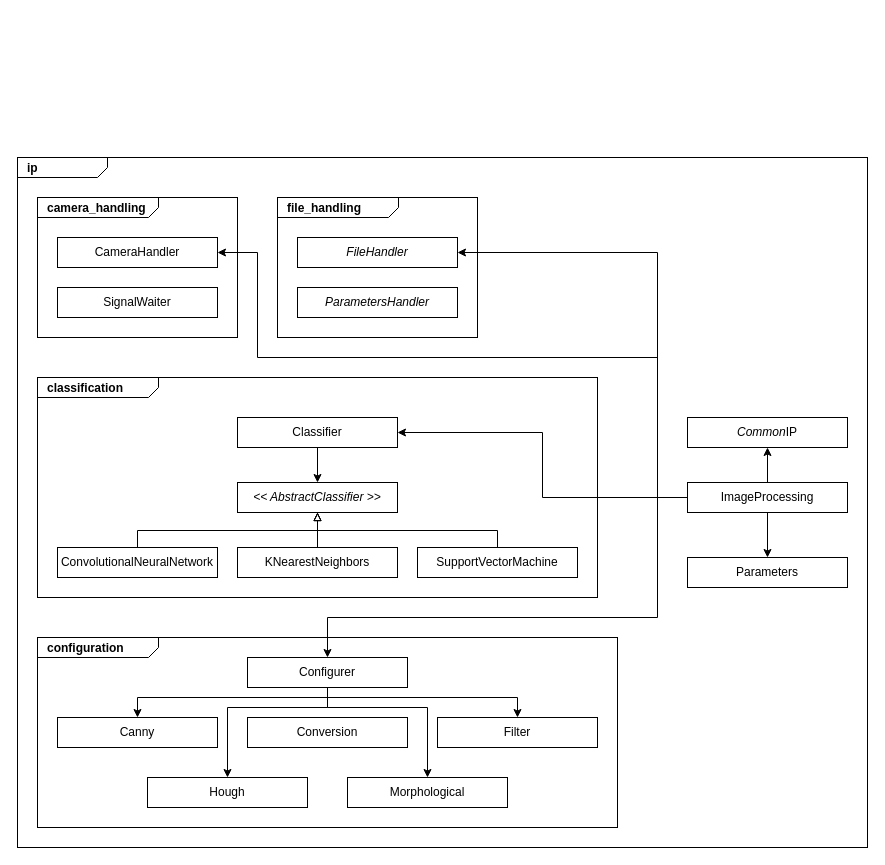
Before: doc/drawio/class_ip.drawio in broland29/open-cb, a draw.io diagram. Source tidied: cells renumbered, new cells numbered last; positions are measured from the earlier drawing's top-left corner, leaving out a move shared by most shapes. Both pictures are drawn from the tidied source at 100%, with x=0, y=0 at pixel (17, 157).
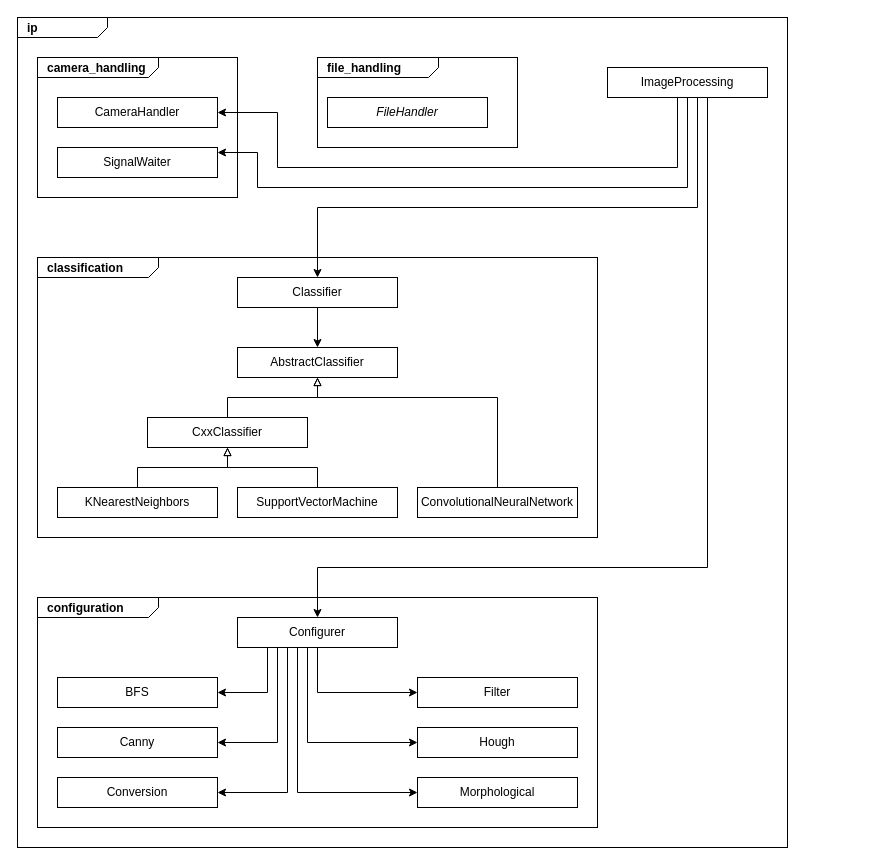
After the change.

Diff of the diagram source:
```diff
@@
     <mxCell id="2" value="&lt;p style=&quot;margin:0px;margin-top:4px;margin-left:10px;text-align:left;&quot;&gt;&lt;b&gt;ip&lt;/b&gt;&lt;/p&gt;" style="html=1;shape=mxgraph.sysml.package;html=1;overflow=fill;whiteSpace=wrap;" parent="1" vertex="1">
-      <mxGeometry width="850" height="690" as="geometry" />
+      <mxGeometry y="-140" width="770" height="830" as="geometry" />
     </mxCell>
     <mxCell id="3" value="&lt;p style=&quot;margin:0px;margin-top:4px;margin-left:10px;text-align:left;&quot;&gt;&lt;b&gt;camera_handling&lt;/b&gt;&lt;/p&gt;" style="html=1;shape=mxgraph.sysml.package;html=1;overflow=fill;whiteSpace=wrap;labelX=121.43;" parent="1" vertex="1">
-      <mxGeometry x="20" y="40" width="200" height="140" as="geometry" />
+      <mxGeometry x="20" y="-100" width="200" height="140" as="geometry" />
     </mxCell>
     <mxCell id="4" value="&lt;p style=&quot;margin:0px;margin-top:4px;margin-left:10px;text-align:left;&quot;&gt;&lt;b&gt;classification&lt;/b&gt;&lt;/p&gt;" style="html=1;shape=mxgraph.sysml.package;html=1;overflow=fill;whiteSpace=wrap;labelX=121.43;" parent="1" vertex="1">
-      <mxGeometry x="20" y="220" width="560" height="220" as="geometry" />
+      <mxGeometry x="20" y="100" width="560" height="280" as="geometry" />
     </mxCell>
     <mxCell id="5" value="&lt;p style=&quot;margin:0px;margin-top:4px;margin-left:10px;text-align:left;&quot;&gt;&lt;b&gt;configuration&lt;/b&gt;&lt;/p&gt;" style="html=1;shape=mxgraph.sysml.package;html=1;overflow=fill;whiteSpace=wrap;labelX=121.43;" parent="1" vertex="1">
-      <mxGeometry x="20" y="480" width="580" height="190" as="geometry" />
+      <mxGeometry x="20" y="440" width="560" height="230" as="geometry" />
     </mxCell>
     <mxCell id="6" value="&lt;p style=&quot;margin:0px;margin-top:4px;margin-left:10px;text-align:left;&quot;&gt;&lt;b&gt;file_handling&lt;/b&gt;&lt;/p&gt;" style="html=1;shape=mxgraph.sysml.package;html=1;overflow=fill;whiteSpace=wrap;labelX=121.43;" parent="1" vertex="1">
-      <mxGeometry x="260" y="40" width="200" height="140" as="geometry" />
+      <mxGeometry x="300" y="-100" width="200" height="90" as="geometry" />
     </mxCell>
+    <mxCell id="36" style="edgeStyle=orthogonalEdgeStyle;rounded=0;jettySize=auto;html=1;exitX=0.25;exitY=1;exitDx=0;exitDy=0;entryX=1;entryY=0.5;entryDx=0;entryDy=0;" parent="1" edge="1" source="37" target="7">
+      <mxGeometry relative="1" as="geometry">
+        <Array as="points">
+          <mxPoint x="660" y="-60" />
+          <mxPoint x="660" y="10" />
+          <mxPoint x="260" y="10" />
+          <mxPoint x="260" y="-45" />
+        </Array>
+      </mxGeometry>
+    </mxCell>
     <mxCell id="7" value="CameraHandler" style="rounded=0;whiteSpace=wrap;html=1;" parent="1" vertex="1">
-      <mxGeometry x="40" y="80" width="160" height="30" as="geometry" />
+      <mxGeometry x="40" y="-60" width="160" height="30" as="geometry" />
     </mxCell>
+    <mxCell id="39" style="edgeStyle=orthogonalEdgeStyle;rounded=0;jettySize=auto;html=1;exitX=0.5;exitY=1;exitDx=0;exitDy=0;entryX=1;entryY=0.5;entryDx=0;entryDy=0;" parent="1" edge="1" source="37">
+      <mxGeometry relative="1" as="geometry">
+        <mxPoint x="200" y="-5" as="targetPoint" />
+        <Array as="points">
+          <mxPoint x="670" y="30" />
+          <mxPoint x="240" y="30" />
+          <mxPoint x="240" y="-5" />
+        </Array>
+      </mxGeometry>
+    </mxCell>
     <mxCell id="8" value="SignalWaiter" style="rounded=0;whiteSpace=wrap;html=1;" parent="1" vertex="1">
-      <mxGeometry x="40" y="130" width="160" height="30" as="geometry" />
+      <mxGeometry x="40" y="-10" width="160" height="30" as="geometry" />
     </mxCell>
+    <mxCell id="40" style="edgeStyle=orthogonalEdgeStyle;rounded=0;jettySize=auto;html=1;exitX=0.5;exitY=0;exitDx=0;exitDy=0;entryX=0.5;entryY=1;entryDx=0;entryDy=0;endArrow=block;endFill=0;" parent="1" edge="1" source="45" target="9">
+      <mxGeometry relative="1" as="geometry" />
+    </mxCell>
+    <mxCell id="16" style="edgeStyle=orthogonalEdgeStyle;rounded=0;jettySize=auto;html=1;exitX=0.5;exitY=0;exitDx=0;exitDy=0;entryX=0.5;entryY=1;entryDx=0;entryDy=0;endArrow=block;endFill=0;" parent="1" edge="1" source="17" target="9">
+      <mxGeometry relative="1" as="geometry">
+        <Array as="points">
+          <mxPoint x="480" y="240" />
+          <mxPoint x="300" y="240" />
+        </Array>
+      </mxGeometry>
+    </mxCell>
-    <mxCell id="9" value="&lt;i&gt;&amp;lt;&amp;lt; AbstractClassifier &amp;gt;&amp;gt;&lt;br&gt;&lt;/i&gt;" style="rounded=0;whiteSpace=wrap;html=1;" parent="1" vertex="1">
-      <mxGeometry x="220" y="325" width="160" height="30" as="geometry" />
+    <mxCell id="9" value="AbstractClassifier" style="rounded=0;whiteSpace=wrap;html=1;" parent="1" vertex="1">
+      <mxGeometry x="220" y="190" width="160" height="30" as="geometry" />
     </mxCell>
-    <mxCell id="10" style="edgeStyle=orthogonalEdgeStyle;rounded=0;jettySize=auto;html=1;exitX=0.5;exitY=1;exitDx=0;exitDy=0;entryX=0.5;entryY=0;entryDx=0;entryDy=0;" parent="1" edge="1" source="11" target="9">
+    <mxCell id="10" style="edgeStyle=orthogonalEdgeStyle;rounded=0;jettySize=auto;html=1;exitX=0.5;exitY=1;exitDx=0;exitDy=0;entryX=0.5;entryY=0;entryDx=0;entryDy=0;endArrow=classic;endFill=1;" parent="1" edge="1" source="11" target="9">
       <mxGeometry relative="1" as="geometry" />
     </mxCell>
     <mxCell id="11" value="Classifier" style="rounded=0;whiteSpace=wrap;html=1;" parent="1" vertex="1">
-      <mxGeometry x="220" y="260" width="160" height="30" as="geometry" />
+      <mxGeometry x="220" y="120" width="160" height="30" as="geometry" />
     </mxCell>
-    <mxCell id="12" style="edgeStyle=elbowEdgeStyle;rounded=0;jettySize=auto;html=1;exitX=0.5;exitY=0;exitDx=0;exitDy=0;entryX=0.5;entryY=1;entryDx=0;entryDy=0;elbow=vertical;endArrow=block;endFill=0;" parent="1" edge="1" source="13" target="9">
-      <mxGeometry relative="1" as="geometry" />
-    </mxCell>
-    <mxCell id="13" value="ConvolutionalNeuralNetwork" style="rounded=0;whiteSpace=wrap;html=1;" parent="1" vertex="1">
-      <mxGeometry x="40" y="390" width="160" height="30" as="geometry" />
+    <mxCell id="13" value="KNearestNeighbors" style="rounded=0;whiteSpace=wrap;html=1;" parent="1" vertex="1">
+      <mxGeometry x="40" y="330" width="160" height="30" as="geometry" />
     </mxCell>
-    <mxCell id="14" style="edgeStyle=orthogonalEdgeStyle;rounded=0;jettySize=auto;html=1;exitX=0.5;exitY=0;exitDx=0;exitDy=0;entryX=0.5;entryY=1;entryDx=0;entryDy=0;endArrow=block;endFill=0;" parent="1" edge="1" source="15" target="9">
-      <mxGeometry relative="1" as="geometry" />
-    </mxCell>
-    <mxCell id="15" value="KNearestNeighbors" style="rounded=0;whiteSpace=wrap;html=1;" parent="1" vertex="1">
-      <mxGeometry x="220" y="390" width="160" height="30" as="geometry" />
+    <mxCell id="15" value="SupportVectorMachine" style="rounded=0;whiteSpace=wrap;html=1;" parent="1" vertex="1">
+      <mxGeometry x="220" y="330" width="160" height="30" as="geometry" />
     </mxCell>
-    <mxCell id="16" style="edgeStyle=elbowEdgeStyle;rounded=0;jettySize=auto;html=1;exitX=0.5;exitY=0;exitDx=0;exitDy=0;entryX=0.5;entryY=1;entryDx=0;entryDy=0;elbow=vertical;endArrow=block;endFill=0;" parent="1" edge="1" source="17" target="9">
-      <mxGeometry relative="1" as="geometry" />
-    </mxCell>
-    <mxCell id="17" value="SupportVectorMachine" style="rounded=0;whiteSpace=wrap;html=1;" parent="1" vertex="1">
-      <mxGeometry x="400" y="390" width="160" height="30" as="geometry" />
+    <mxCell id="17" value="ConvolutionalNeuralNetwork" style="rounded=0;whiteSpace=wrap;html=1;" parent="1" vertex="1">
+      <mxGeometry x="400" y="330" width="160" height="30" as="geometry" />
     </mxCell>
+    <mxCell id="41" style="edgeStyle=orthogonalEdgeStyle;rounded=0;jettySize=auto;html=1;exitX=0.25;exitY=1;exitDx=0;exitDy=0;entryX=1;entryY=0.5;entryDx=0;entryDy=0;" parent="1" edge="1" source="21" target="46">
+      <mxGeometry relative="1" as="geometry">
+        <Array as="points">
+          <mxPoint x="250" y="490" />
+          <mxPoint x="250" y="535" />
+        </Array>
+      </mxGeometry>
+    </mxCell>
-    <mxCell id="18" style="edgeStyle=elbowEdgeStyle;rounded=0;jettySize=auto;html=1;exitX=0.5;exitY=1;exitDx=0;exitDy=0;entryX=0.5;entryY=0;entryDx=0;entryDy=0;elbow=vertical;" parent="1" edge="1" source="21" target="22">
+    <mxCell id="18" style="edgeStyle=orthogonalEdgeStyle;rounded=0;jettySize=auto;html=1;exitX=0.5;exitY=1;exitDx=0;exitDy=0;entryX=1;entryY=0.5;entryDx=0;entryDy=0;" parent="1" edge="1" source="21" target="22">
       <mxGeometry relative="1" as="geometry">
         <Array as="points">
-          <mxPoint x="230" y="540" />
+          <mxPoint x="260" y="490" />
+          <mxPoint x="260" y="585" />
         </Array>
       </mxGeometry>
     </mxCell>
+    <mxCell id="42" style="edgeStyle=orthogonalEdgeStyle;rounded=0;jettySize=auto;html=1;exitX=0.5;exitY=1;exitDx=0;exitDy=0;entryX=1;entryY=0.5;entryDx=0;entryDy=0;" parent="1" edge="1" source="21" target="23">
+      <mxGeometry relative="1" as="geometry">
+        <Array as="points">
+          <mxPoint x="270" y="490" />
+          <mxPoint x="270" y="635" />
+        </Array>
+      </mxGeometry>
+    </mxCell>
-    <mxCell id="19" style="edgeStyle=elbowEdgeStyle;rounded=0;jettySize=auto;html=1;exitX=0.5;exitY=1;exitDx=0;exitDy=0;entryX=0.5;entryY=0;entryDx=0;entryDy=0;elbow=vertical;" parent="1" edge="1" source="21" target="24">
+    <mxCell id="19" style="edgeStyle=orthogonalEdgeStyle;rounded=0;jettySize=auto;html=1;exitX=0.75;exitY=1;exitDx=0;exitDy=0;entryX=0;entryY=0.5;entryDx=0;entryDy=0;" parent="1" edge="1" source="21" target="24">
       <mxGeometry relative="1" as="geometry">
         <Array as="points">
-          <mxPoint x="420" y="540" />
+          <mxPoint x="300" y="490" />
+          <mxPoint x="300" y="535" />
         </Array>
       </mxGeometry>
     </mxCell>
+    <mxCell id="25" style="edgeStyle=orthogonalEdgeStyle;rounded=0;jettySize=auto;html=1;exitX=0.5;exitY=1;exitDx=0;exitDy=0;entryX=0;entryY=0.5;entryDx=0;entryDy=0;" parent="1" edge="1" source="21" target="26">
+      <mxGeometry relative="1" as="geometry">
+        <Array as="points">
+          <mxPoint x="290" y="490" />
+          <mxPoint x="290" y="585" />
+        </Array>
+      </mxGeometry>
+    </mxCell>
-    <mxCell id="20" style="edgeStyle=orthogonalEdgeStyle;rounded=0;jettySize=auto;html=1;exitX=0.5;exitY=1;exitDx=0;exitDy=0;entryX=0.5;entryY=0;entryDx=0;entryDy=0;" parent="1" edge="1" source="21" target="27">
+    <mxCell id="20" style="edgeStyle=orthogonalEdgeStyle;rounded=0;jettySize=auto;html=1;exitX=0.5;exitY=1;exitDx=0;exitDy=0;entryX=0;entryY=0.5;entryDx=0;entryDy=0;" parent="1" edge="1" source="21" target="27">
       <mxGeometry relative="1" as="geometry">
         <Array as="points">
-          <mxPoint x="310" y="550" />
-          <mxPoint x="410" y="550" />
+          <mxPoint x="280" y="490" />
+          <mxPoint x="280" y="635" />
         </Array>
       </mxGeometry>
     </mxCell>
     <mxCell id="21" value="Configurer" style="rounded=0;whiteSpace=wrap;html=1;" parent="1" vertex="1">
-      <mxGeometry x="230" y="500" width="160" height="30" as="geometry" />
+      <mxGeometry x="220" y="460" width="160" height="30" as="geometry" />
     </mxCell>
     <mxCell id="22" value="Canny" style="rounded=0;whiteSpace=wrap;html=1;" parent="1" vertex="1">
-      <mxGeometry x="40" y="560" width="160" height="30" as="geometry" />
+      <mxGeometry x="40" y="570" width="160" height="30" as="geometry" />
     </mxCell>
     <mxCell id="23" value="Conversion" style="rounded=0;whiteSpace=wrap;html=1;" parent="1" vertex="1">
-      <mxGeometry x="230" y="560" width="160" height="30" as="geometry" />
+      <mxGeometry x="40" y="620" width="160" height="30" as="geometry" />
     </mxCell>
     <mxCell id="24" value="Filter" style="rounded=0;whiteSpace=wrap;html=1;" parent="1" vertex="1">
-      <mxGeometry x="420" y="560" width="160" height="30" as="geometry" />
+      <mxGeometry x="400" y="520" width="160" height="30" as="geometry" />
     </mxCell>
-    <mxCell id="25" style="edgeStyle=orthogonalEdgeStyle;rounded=0;jettySize=auto;html=1;exitX=0.5;exitY=1;exitDx=0;exitDy=0;entryX=0.5;entryY=0;entryDx=0;entryDy=0;" parent="1" edge="1" source="21" target="26">
-      <mxGeometry relative="1" as="geometry">
-        <Array as="points">
-          <mxPoint x="310" y="550" />
-          <mxPoint x="210" y="550" />
-        </Array>
-      </mxGeometry>
-    </mxCell>
     <mxCell id="26" value="Hough" style="rounded=0;whiteSpace=wrap;html=1;" parent="1" vertex="1">
-      <mxGeometry x="130" y="620" width="160" height="30" as="geometry" />
+      <mxGeometry x="400" y="570" width="160" height="30" as="geometry" />
     </mxCell>
     <mxCell id="27" value="Morphological" style="rounded=0;whiteSpace=wrap;html=1;" parent="1" vertex="1">
-      <mxGeometry x="330" y="620" width="160" height="30" as="geometry" />
+      <mxGeometry x="400" y="620" width="160" height="30" as="geometry" />
     </mxCell>
     <mxCell id="28" value="&lt;i&gt;FileHandler&lt;/i&gt;" style="rounded=0;whiteSpace=wrap;html=1;" parent="1" vertex="1">
-      <mxGeometry x="280" y="80" width="160" height="30" as="geometry" />
+      <mxGeometry x="310" y="-60" width="160" height="30" as="geometry" />
     </mxCell>
-    <mxCell id="29" value="&lt;i&gt;ParametersHandler&lt;/i&gt;" style="rounded=0;whiteSpace=wrap;html=1;" parent="1" vertex="1">
-      <mxGeometry x="280" y="130" width="160" height="30" as="geometry" />
-    </mxCell>
-    <mxCell id="30" value="&lt;i&gt;Common&lt;/i&gt;IP" style="rounded=0;whiteSpace=wrap;html=1;" parent="1" vertex="1">
-      <mxGeometry x="670" y="260" width="160" height="30" as="geometry" />
-    </mxCell>
-    <mxCell id="31" style="edgeStyle=orthogonalEdgeStyle;rounded=0;jettySize=auto;html=1;exitX=0.5;exitY=0;exitDx=0;exitDy=0;entryX=0.5;entryY=1;entryDx=0;entryDy=0;" parent="1" edge="1" source="37" target="30">
-      <mxGeometry relative="1" as="geometry" />
-    </mxCell>
-    <mxCell id="32" style="edgeStyle=orthogonalEdgeStyle;rounded=0;jettySize=auto;html=1;exitX=0.5;exitY=1;exitDx=0;exitDy=0;entryX=0.5;entryY=0;entryDx=0;entryDy=0;" parent="1" edge="1" source="37" target="38">
-      <mxGeometry relative="1" as="geometry" />
-    </mxCell>
-    <mxCell id="33" style="edgeStyle=orthogonalEdgeStyle;rounded=0;jettySize=auto;html=1;exitX=0;exitY=0.5;exitDx=0;exitDy=0;entryX=1;entryY=0.5;entryDx=0;entryDy=0;" parent="1" edge="1" source="37" target="11">
-      <mxGeometry relative="1" as="geometry" />
+    <mxCell id="33" style="edgeStyle=orthogonalEdgeStyle;rounded=0;jettySize=auto;html=1;exitX=0.75;exitY=1;exitDx=0;exitDy=0;entryX=0.5;entryY=0;entryDx=0;entryDy=0;" parent="1" edge="1" source="37" target="11">
+      <mxGeometry relative="1" as="geometry">
+        <Array as="points">
+          <mxPoint x="680" y="-60" />
+          <mxPoint x="680" y="50" />
+          <mxPoint x="300" y="50" />
+        </Array>
+      </mxGeometry>
     </mxCell>
-    <mxCell id="34" style="edgeStyle=orthogonalEdgeStyle;rounded=0;jettySize=auto;html=1;exitX=0;exitY=0.5;exitDx=0;exitDy=0;entryX=0.5;entryY=0;entryDx=0;entryDy=0;" parent="1" edge="1" source="37" target="21">
+    <mxCell id="34" style="edgeStyle=orthogonalEdgeStyle;rounded=0;jettySize=auto;html=1;exitX=0.75;exitY=1;exitDx=0;exitDy=0;entryX=0.5;entryY=0;entryDx=0;entryDy=0;" parent="1" edge="1" source="37" target="21">
       <mxGeometry relative="1" as="geometry">
         <Array as="points">
-          <mxPoint x="640" y="340" />
-          <mxPoint x="640" y="460" />
-          <mxPoint x="310" y="460" />
+          <mxPoint x="690" y="-60" />
+          <mxPoint x="690" y="410" />
+          <mxPoint x="300" y="410" />
         </Array>
       </mxGeometry>
     </mxCell>
-    <mxCell id="35" style="edgeStyle=orthogonalEdgeStyle;rounded=0;jettySize=auto;html=1;exitX=0;exitY=0.5;exitDx=0;exitDy=0;entryX=1;entryY=0.5;entryDx=0;entryDy=0;" parent="1" edge="1" source="37" target="28">
-      <mxGeometry relative="1" as="geometry">
-        <Array as="points">
-          <mxPoint x="640" y="340" />
-          <mxPoint x="640" y="95" />
-        </Array>
-      </mxGeometry>
-    </mxCell>
-    <mxCell id="36" style="edgeStyle=orthogonalEdgeStyle;rounded=0;jettySize=auto;html=1;exitX=0;exitY=0.5;exitDx=0;exitDy=0;entryX=1;entryY=0.5;entryDx=0;entryDy=0;" parent="1" edge="1" source="37" target="7">
-      <mxGeometry relative="1" as="geometry">
-        <Array as="points">
-          <mxPoint x="640" y="340" />
-          <mxPoint x="640" y="200" />
-          <mxPoint x="240" y="200" />
-          <mxPoint x="240" y="95" />
-        </Array>
-      </mxGeometry>
-    </mxCell>
     <mxCell id="37" value="ImageProcessing" style="rounded=0;whiteSpace=wrap;html=1;" parent="1" vertex="1">
-      <mxGeometry x="670" y="325" width="160" height="30" as="geometry" />
+      <mxGeometry x="590" y="-90" width="160" height="30" as="geometry" />
     </mxCell>
-    <mxCell id="38" value="Parameters" style="rounded=0;whiteSpace=wrap;html=1;" parent="1" vertex="1">
-      <mxGeometry x="670" y="400" width="160" height="30" as="geometry" />
-    </mxCell>
+    <mxCell id="43" style="edgeStyle=orthogonalEdgeStyle;rounded=0;jettySize=auto;html=1;exitX=0.5;exitY=0;exitDx=0;exitDy=0;entryX=0.5;entryY=1;entryDx=0;entryDy=0;endArrow=block;endFill=0;" parent="1" edge="1" source="13" target="45">
+      <mxGeometry relative="1" as="geometry" />
+    </mxCell>
+    <mxCell id="44" style="edgeStyle=orthogonalEdgeStyle;rounded=0;jettySize=auto;html=1;exitX=0.5;exitY=0;exitDx=0;exitDy=0;entryX=0.5;entryY=1;entryDx=0;entryDy=0;endArrow=block;endFill=0;" parent="1" edge="1" source="15" target="45">
+      <mxGeometry relative="1" as="geometry" />
+    </mxCell>
+    <mxCell id="45" value="CxxClassifier" style="rounded=0;whiteSpace=wrap;html=1;" parent="1" vertex="1">
+      <mxGeometry x="130" y="260" width="160" height="30" as="geometry" />
+    </mxCell>
+    <mxCell id="46" value="BFS" style="rounded=0;whiteSpace=wrap;html=1;" parent="1" vertex="1">
+      <mxGeometry x="40" y="520" width="160" height="30" as="geometry" />
+    </mxCell>
```
